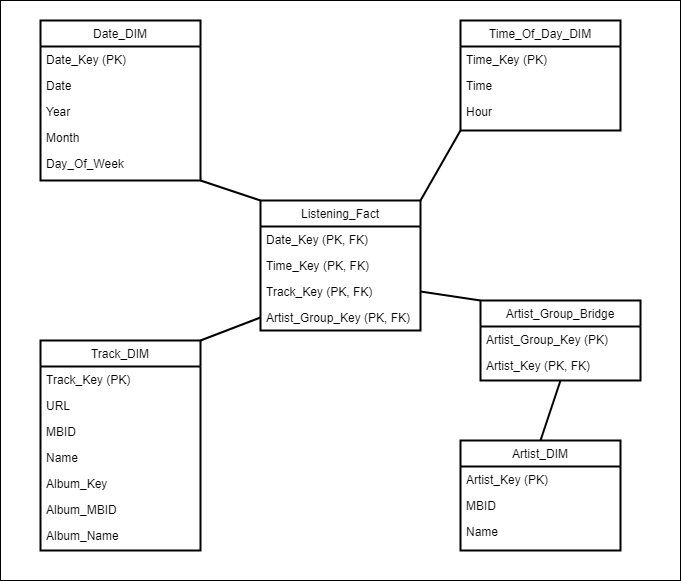
ml3hu/Last.fm-ETL keeps this draw.io diagram as images/Data_Model.png. Above is the earlier version. Source tidied: cells renumbered, new cells last; positions are measured from the earlier drawing's top-left corner, leaving out a move shared by most shapes.
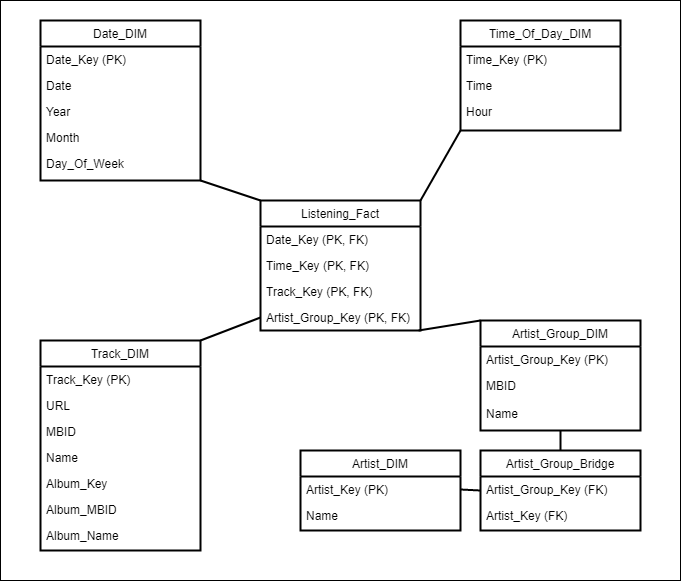
After the commit.

Commit message:
Data_Model Edit

What changed in the source:
```diff
@@ -83,32 +83,44 @@
     <mxCell id="28" value="Album_Name" style="text;align=left;verticalAlign=top;spacingLeft=4;spacingRight=4;overflow=hidden;rounded=0;shadow=0;html=0;" parent="21" vertex="1">
       <mxGeometry y="182" width="160" height="26" as="geometry" />
     </mxCell>
-    <mxCell id="29" style="edgeStyle=none;rounded=0;jettySize=auto;html=1;exitX=0;exitY=0;exitDx=0;exitDy=0;entryX=1;entryY=0.5;entryDx=0;entryDy=0;strokeWidth=2;endArrow=none;endFill=0;" parent="1" edge="1" source="30" target="6">
-      <mxGeometry relative="1" as="geometry" />
-    </mxCell>
+    <mxCell id="38" style="edgeStyle=none;rounded=0;jettySize=auto;html=1;exitX=0.5;exitY=0;exitDx=0;exitDy=0;entryX=0.5;entryY=1;entryDx=0;entryDy=0;strokeWidth=2;endArrow=none;endFill=0;" parent="1" edge="1" source="30" target="40">
+      <mxGeometry relative="1" as="geometry" />
+    </mxCell>
     <mxCell id="30" value="Artist_Group_Bridge" style="swimlane;fontStyle=0;align=center;verticalAlign=top;horizontal=1;startSize=26;rounded=0;shadow=0;strokeWidth=2;" parent="1" vertex="1">
-      <mxGeometry x="480" y="300" width="160" height="80" as="geometry" />
+      <mxGeometry x="480" y="450" width="160" height="80" as="geometry" />
     </mxCell>
-    <mxCell id="31" value="Artist_Group_Key (PK)" style="text;align=left;verticalAlign=top;spacingLeft=4;spacingRight=4;overflow=hidden;" parent="30" vertex="1">
+    <mxCell id="31" value="Artist_Group_Key (FK)" style="text;align=left;verticalAlign=top;spacingLeft=4;spacingRight=4;overflow=hidden;" parent="30" vertex="1">
       <mxGeometry y="26" width="160" height="26" as="geometry" />
     </mxCell>
-    <mxCell id="32" value="Artist_Key (PK, FK)" style="text;align=left;verticalAlign=top;spacingLeft=4;spacingRight=4;overflow=hidden;rounded=0;shadow=0;html=0;" parent="30" vertex="1">
+    <mxCell id="32" value="Artist_Key (FK)" style="text;align=left;verticalAlign=top;spacingLeft=4;spacingRight=4;overflow=hidden;rounded=0;shadow=0;html=0;" parent="30" vertex="1">
       <mxGeometry y="52" width="160" height="26" as="geometry" />
     </mxCell>
-    <mxCell id="33" style="edgeStyle=none;rounded=0;jettySize=auto;html=1;exitX=0.5;exitY=0;exitDx=0;exitDy=0;entryX=0.5;entryY=1;entryDx=0;entryDy=0;strokeWidth=2;endArrow=none;endFill=0;" parent="1" edge="1" source="34" target="30">
-      <mxGeometry relative="1" as="geometry" />
-    </mxCell>
     <mxCell id="34" value="Artist_DIM" style="swimlane;fontStyle=0;align=center;verticalAlign=top;horizontal=1;startSize=26;rounded=0;shadow=0;strokeWidth=2;" parent="1" vertex="1">
-      <mxGeometry x="460" y="440" width="160" height="110" as="geometry" />
+      <mxGeometry x="300" y="450" width="160" height="80" as="geometry" />
     </mxCell>
     <mxCell id="35" value="Artist_Key (PK)" style="text;align=left;verticalAlign=top;spacingLeft=4;spacingRight=4;overflow=hidden;points=[[0,0.5],[1,0.5]];portConstraint=eastwest;" parent="34" vertex="1">
       <mxGeometry y="26" width="160" height="26" as="geometry" />
     </mxCell>
+    <mxCell id="37" value="Name" style="text;align=left;verticalAlign=top;spacingLeft=4;spacingRight=4;overflow=hidden;rounded=0;shadow=0;html=0;" parent="34" vertex="1">
+      <mxGeometry y="52" width="160" height="26" as="geometry" />
+    </mxCell>
+    <mxCell id="39" style="edgeStyle=none;rounded=0;jettySize=auto;html=1;exitX=0;exitY=0;exitDx=0;exitDy=0;entryX=0.988;entryY=1;entryDx=0;entryDy=0;entryPerimeter=0;strokeWidth=2;endArrow=none;endFill=0;" parent="1" edge="1" source="40" target="7">
+      <mxGeometry relative="1" as="geometry" />
+    </mxCell>
+    <mxCell id="40" value="Artist_Group_DIM" style="swimlane;fontStyle=0;align=center;verticalAlign=top;horizontal=1;startSize=26;rounded=0;shadow=0;strokeWidth=2;" parent="1" vertex="1">
+      <mxGeometry x="480" y="320" width="160" height="110" as="geometry" />
+    </mxCell>
+    <mxCell id="41" value="Artist_Group_Key (PK)" style="text;align=left;verticalAlign=top;spacingLeft=4;spacingRight=4;overflow=hidden;" parent="40" vertex="1">
+      <mxGeometry y="26" width="160" height="26" as="geometry" />
+    </mxCell>
-    <mxCell id="36" value="MBID" style="text;align=left;verticalAlign=top;spacingLeft=4;spacingRight=4;overflow=hidden;rounded=0;shadow=0;html=0;" parent="34" vertex="1">
+    <mxCell id="36" value="MBID" style="text;align=left;verticalAlign=top;spacingLeft=4;spacingRight=4;overflow=hidden;rounded=0;shadow=0;html=0;" parent="40" vertex="1">
       <mxGeometry y="52" width="160" height="26" as="geometry" />
     </mxCell>
-    <mxCell id="37" value="Name" style="text;align=left;verticalAlign=top;spacingLeft=4;spacingRight=4;overflow=hidden;rounded=0;shadow=0;html=0;" parent="34" vertex="1">
-      <mxGeometry y="78" width="160" height="26" as="geometry" />
-    </mxCell>
+    <mxCell id="42" style="edgeStyle=none;rounded=0;jettySize=auto;html=1;exitX=1;exitY=0.5;exitDx=0;exitDy=0;entryX=0;entryY=0.5;entryDx=0;entryDy=0;strokeWidth=2;endArrow=none;endFill=0;" parent="1" edge="1" source="35" target="30">
+      <mxGeometry relative="1" as="geometry" />
+    </mxCell>
+    <mxCell id="43" value="Name" style="text;align=left;verticalAlign=top;spacingLeft=4;spacingRight=4;overflow=hidden;rounded=0;shadow=0;html=0;" parent="1" vertex="1">
+      <mxGeometry x="480" y="400" width="160" height="26" as="geometry" />
+    </mxCell>
   </root>
 </mxGraphModel>
```
